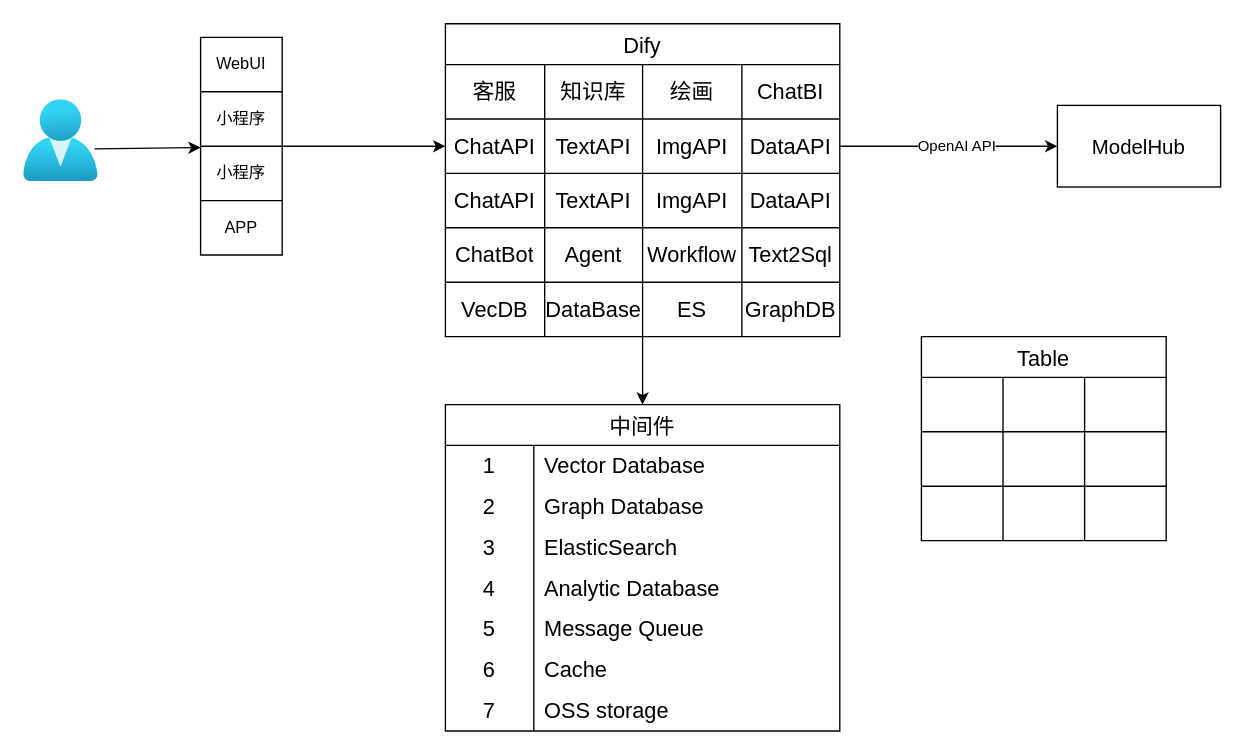
The draw.io diagram public/未命名绘图.drawio in leestar991/agi-proxy, before the edit. Source tidied: cells renumbered, new cells numbered last; positions are measured from the earlier drawing's top-left corner, leaving out a move shared by most shapes. Both pictures are drawn from the tidied source at 136%, with x=0, y=0 at pixel (23, 23).
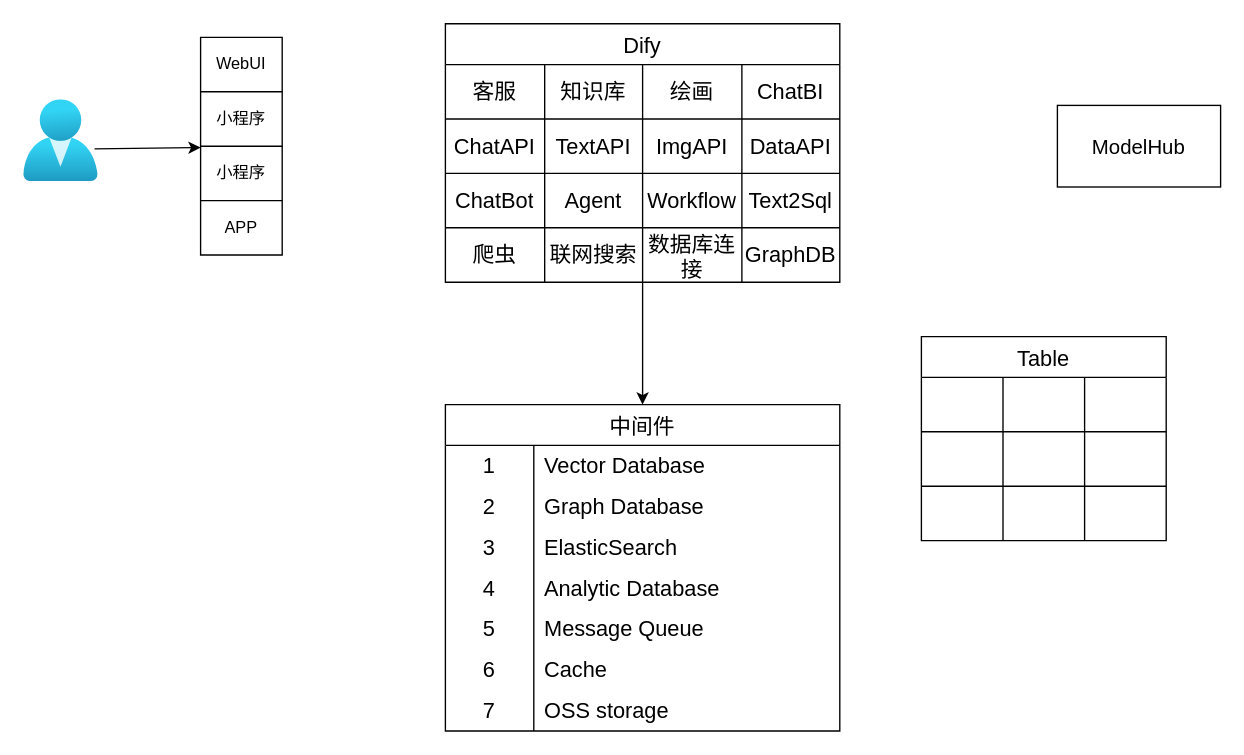
The same page after the edit.

Commit message:
更新未命名绘图.drawio

The change refers to these unchanged cells:
```xml
<mxCell id="4" style="shape=table;startSize=0;childLayout=tableLayout;" parent="1" vertex="1">
  <mxGeometry x="130" y="10" width="60" height="160" as="geometry" />
</mxCell>
<mxCell id="63" value="ModelHub" style="rounded=0;whiteSpace=wrap;html=1;fontSize=15;" parent="1" vertex="1">
  <mxGeometry x="760" y="60" width="120" height="60" as="geometry" />
</mxCell>
```

Diff of the diagram source:
```diff
@@
-    <mxCell id="3" style="edgeStyle=orthogonalEdgeStyle;rounded=0;jettySize=auto;html=1;entryX=0;entryY=0.5;entryDx=0;entryDy=0;" parent="1" edge="1" source="4" target="20">
+    <mxCell id="3" style="edgeStyle=orthogonalEdgeStyle;rounded=0;jettySize=auto;html=1;entryX=0;entryY=0.5;entryDx=0;entryDy=0;" parent="1" edge="1" source="4">
       <mxGeometry relative="1" as="geometry" />
     </mxCell>
@@
     <mxCell id="14" value="Dify" style="shape=table;startSize=30;childLayout=tableLayout;strokeColor=default;fontSize=16;" parent="1" vertex="1">
-      <mxGeometry x="310" width="290" height="230" as="geometry" />
+      <mxGeometry x="310" width="290" height="190" as="geometry" />
     </mxCell>
@@
-    <mxCell id="20" style="shape=tableRow;horizontal=0;startSize=0;swimlaneHead=0;swimlaneBody=0;strokeColor=inherit;top=0;left=0;bottom=0;right=0;fillColor=none;points=[[0,0.5],[1,0.5]];portConstraint=eastwest;fontSize=16;" parent="14" vertex="1">
-      <mxGeometry y="70" width="290" height="40" as="geometry" />
-    </mxCell>
-    <mxCell id="21" value="ChatAPI" style="shape=partialRectangle;html=1;whiteSpace=wrap;strokeColor=inherit;overflow=hidden;fillColor=none;top=0;left=0;bottom=0;right=0;fontSize=16;" parent="20" vertex="1">
-      <mxGeometry width="73" height="40" as="geometry" />
-    </mxCell>
-    <mxCell id="22" value="TextAPI" style="shape=partialRectangle;html=1;whiteSpace=wrap;strokeColor=inherit;overflow=hidden;fillColor=none;top=0;left=0;bottom=0;right=0;fontSize=16;" parent="20" vertex="1">
-      <mxGeometry x="73" width="72" height="40" as="geometry" />
-    </mxCell>
-    <mxCell id="23" value="ImgAPI" style="shape=partialRectangle;html=1;whiteSpace=wrap;strokeColor=inherit;overflow=hidden;fillColor=none;top=0;left=0;bottom=0;right=0;fontSize=16;" parent="20" vertex="1">
-      <mxGeometry x="145" width="73" height="40" as="geometry" />
-    </mxCell>
-    <mxCell id="24" value="DataAPI" style="shape=partialRectangle;html=1;whiteSpace=wrap;strokeColor=inherit;overflow=hidden;fillColor=none;top=0;left=0;bottom=0;right=0;fontSize=16;" parent="20" vertex="1">
-      <mxGeometry x="218" width="72" height="40" as="geometry" />
-    </mxCell>
     <mxCell id="25" style="shape=tableRow;horizontal=0;startSize=0;swimlaneHead=0;swimlaneBody=0;strokeColor=inherit;top=0;left=0;bottom=0;right=0;fillColor=none;fontSize=16;" parent="14" vertex="1">
-      <mxGeometry y="110" width="290" height="40" as="geometry" />
+      <mxGeometry y="70" width="290" height="40" as="geometry" />
     </mxCell>
@@
     <mxCell id="30" style="shape=tableRow;horizontal=0;startSize=0;swimlaneHead=0;swimlaneBody=0;strokeColor=inherit;top=0;left=0;bottom=0;right=0;fillColor=none;fontSize=16;" parent="14" vertex="1">
-      <mxGeometry y="150" width="290" height="40" as="geometry" />
+      <mxGeometry y="110" width="290" height="40" as="geometry" />
     </mxCell>
@@
     <mxCell id="35" style="shape=tableRow;horizontal=0;startSize=0;swimlaneHead=0;swimlaneBody=0;strokeColor=inherit;top=0;left=0;bottom=0;right=0;fillColor=none;fontSize=16;" parent="14" vertex="1">
-      <mxGeometry y="190" width="290" height="40" as="geometry" />
+      <mxGeometry y="150" width="290" height="40" as="geometry" />
     </mxCell>
-    <mxCell id="36" value="VecDB" style="shape=partialRectangle;html=1;whiteSpace=wrap;strokeColor=inherit;overflow=hidden;fillColor=none;top=0;left=0;bottom=0;right=0;fontSize=16;" parent="35" vertex="1">
+    <mxCell id="36" value="爬虫" style="shape=partialRectangle;html=1;whiteSpace=wrap;strokeColor=inherit;overflow=hidden;fillColor=none;top=0;left=0;bottom=0;right=0;fontSize=16;" parent="35" vertex="1">
       <mxGeometry width="73" height="40" as="geometry" />
     </mxCell>
-    <mxCell id="37" value="DataBase" style="shape=partialRectangle;html=1;whiteSpace=wrap;strokeColor=inherit;overflow=hidden;fillColor=none;top=0;left=0;bottom=0;right=0;fontSize=16;" parent="35" vertex="1">
+    <mxCell id="37" value="联网搜索" style="shape=partialRectangle;html=1;whiteSpace=wrap;strokeColor=inherit;overflow=hidden;fillColor=none;top=0;left=0;bottom=0;right=0;fontSize=16;" parent="35" vertex="1">
       <mxGeometry x="73" width="72" height="40" as="geometry" />
     </mxCell>
-    <mxCell id="38" value="ES" style="shape=partialRectangle;html=1;whiteSpace=wrap;strokeColor=inherit;overflow=hidden;fillColor=none;top=0;left=0;bottom=0;right=0;fontSize=16;" parent="35" vertex="1">
+    <mxCell id="38" value="数据库连接" style="shape=partialRectangle;html=1;whiteSpace=wrap;strokeColor=inherit;overflow=hidden;fillColor=none;top=0;left=0;bottom=0;right=0;fontSize=16;" parent="35" vertex="1">
       <mxGeometry x="145" width="73" height="40" as="geometry" />
     </mxCell>
@@
-    <mxCell id="64" style="edgeStyle=orthogonalEdgeStyle;rounded=0;jettySize=auto;html=1;entryX=0;entryY=0.5;entryDx=0;entryDy=0;" parent="1" edge="1" source="20" target="63">
+    <mxCell id="64" style="edgeStyle=orthogonalEdgeStyle;rounded=0;jettySize=auto;html=1;entryX=0;entryY=0.5;entryDx=0;entryDy=0;" parent="1" edge="1" target="63">
       <mxGeometry relative="1" as="geometry" />
     </mxCell>
```
